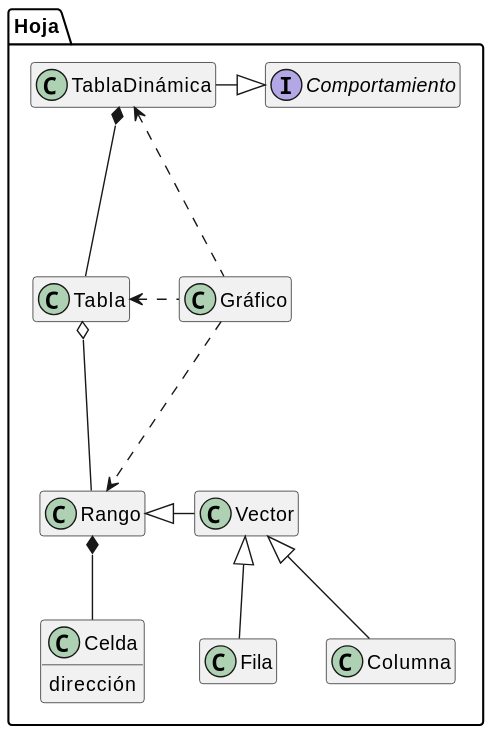
Earlier version of the PlantUML export images/modelosUML/docs/UMLdocs/esquema000.svg (mmasias/hdC).
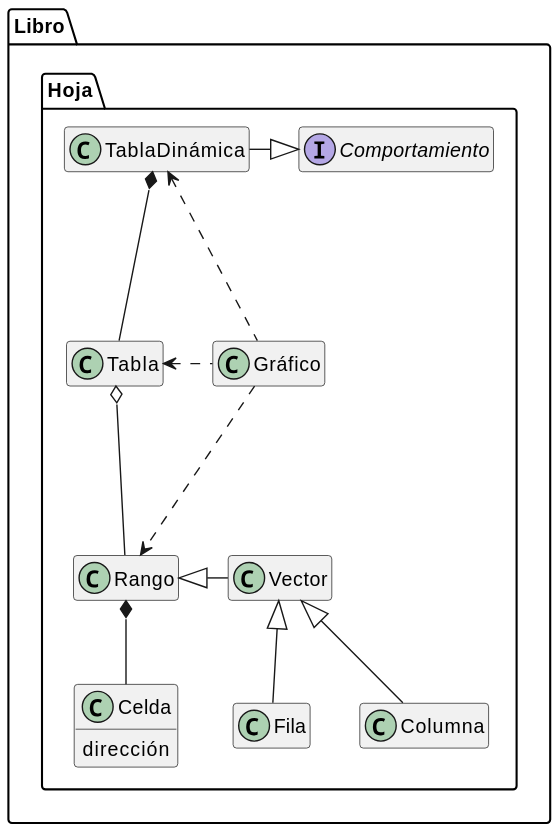
After the commit.

Commit message:
Ajuste de imagen

What changed in the source:
```diff
@@ -1,19 +1,23 @@
 @startuml
 hide empty members
 
-package Hoja {
-    interface Comportamiento
-    Rango *-d- Celda
-    Rango <|-r- Vector
-    Vector <|-- Fila
-    Vector <|-- Columna
-    TablaDinámica *-d- Tabla
-    Tabla o-d- Rango
-    TablaDinámica -r-|> Comportamiento
-    Gráfico ...> Rango
-    Gráfico .l..> Tabla
-    Gráfico .u..> TablaDinámica
+package Libro{
+
+    package Hoja {
+        interface Comportamiento
+        Rango *-d- Celda
+        Rango <|-r- Vector
+        Vector <|-- Fila
+        Vector <|-- Columna
+        TablaDinámica *-d- Tabla
+        Tabla o-d- Rango
+        TablaDinámica -r-|> Comportamiento
+        Gráfico ...> Rango
+        Gráfico .l..> Tabla
+        Gráfico .u..> TablaDinámica
+    }
 }
+
 
 class Celda{
     dirección
```
